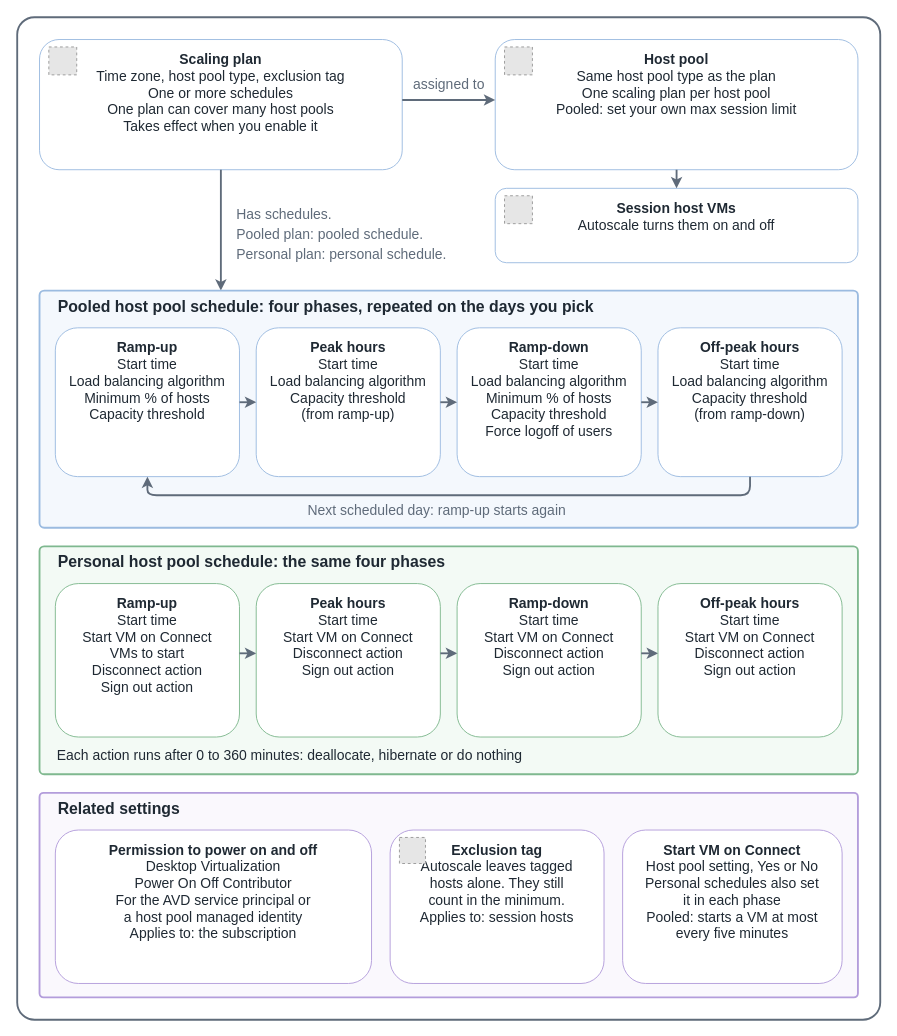
AddySidd27/cloud-ai-notes keeps this draw.io diagram as src/img/avd/avd-scaling-plans.drawio. Above is the earlier version. Source tidied: cells renumbered, new cells numbered last; positions are measured from the earlier drawing's top-left corner, leaving out a move shared by most shapes. Both pictures are drawn from the tidied source at 93%, with x=0, y=0 at pixel (17, 17). Pictures stored in the file or linked from it are replaced by grey dashed boxes.
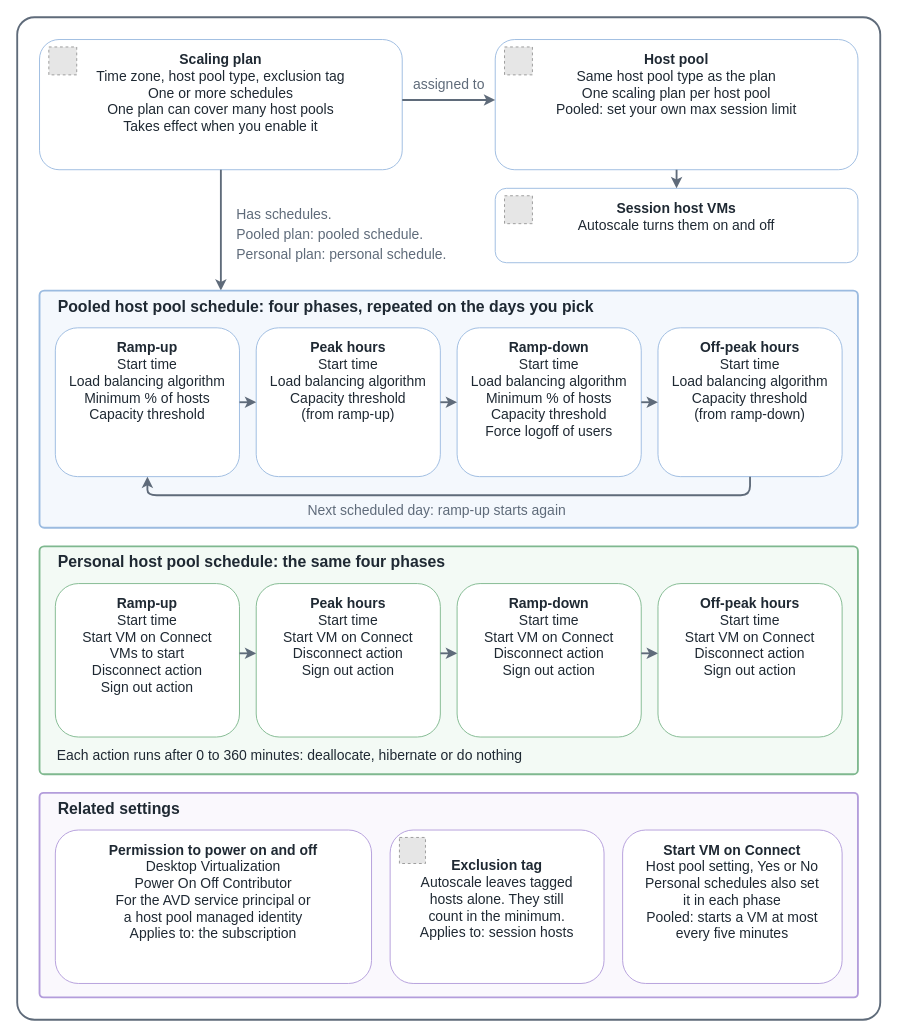
Above is the later version.

The edit, as a diff of the source:
```diff
@@
-    <mxCell id="40" value="&lt;b&gt;Exclusion tag&lt;/b&gt;&lt;br&gt;Autoscale leaves tagged&lt;br&gt;hosts alone. They still&lt;br&gt;count in the minimum.&lt;br&gt;Applies to: session hosts" style="rounded=1;whiteSpace=wrap;html=1;fillColor=#ffffff;strokeColor=#b39ddb;fontSize=15;fontColor=#1f2933;verticalAlign=top;spacingTop=6;" parent="1" vertex="1">
+    <mxCell id="40" value="&lt;b&gt;Exclusion tag&lt;/b&gt;&lt;br&gt;Autoscale leaves tagged&lt;br&gt;hosts alone. They still&lt;br&gt;count in the minimum.&lt;br&gt;Applies to: session hosts" style="rounded=1;whiteSpace=wrap;html=1;fillColor=#ffffff;strokeColor=#b39ddb;fontSize=15;fontColor=#1f2933;verticalAlign=top;spacingTop=23;" parent="1" vertex="1">
       <mxGeometry x="401" y="874" width="230" height="165" as="geometry" />
     </mxCell>
```
